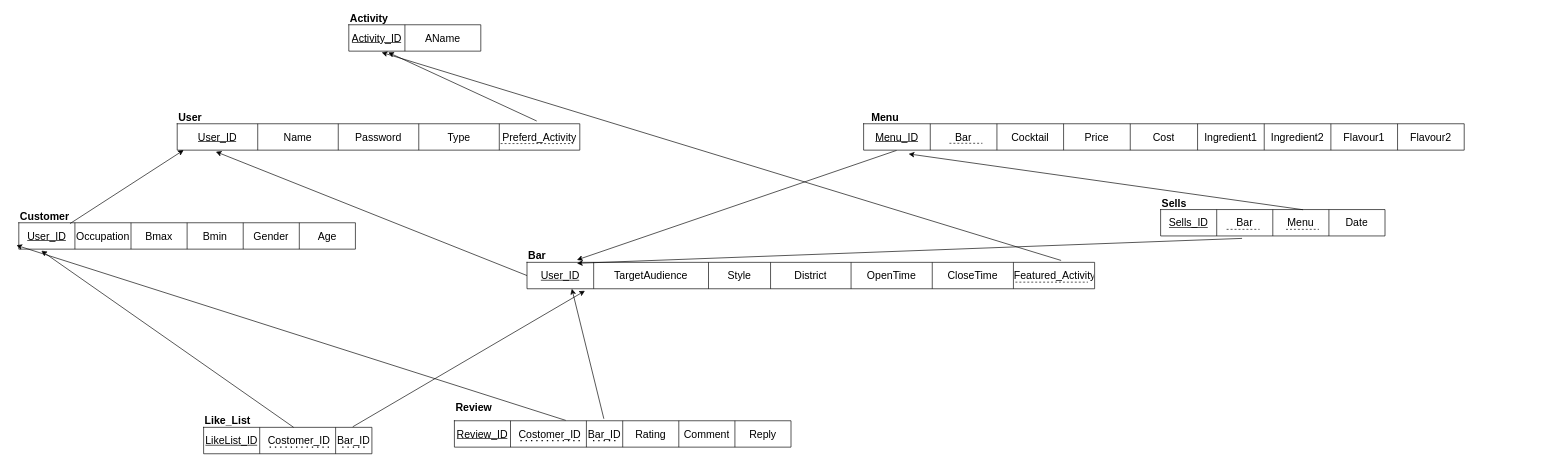
Earlier version of the draw.io diagram DBDesign.drawio (tp12356twNccu/Database_NCCU). Source tidied: cells renumbered, new cells numbered last; positions are measured from the earlier drawing's top-left corner, leaving out a move shared by most shapes. Both pictures are drawn from the tidied source at 66%, with x=0, y=0 at pixel (18, 11).
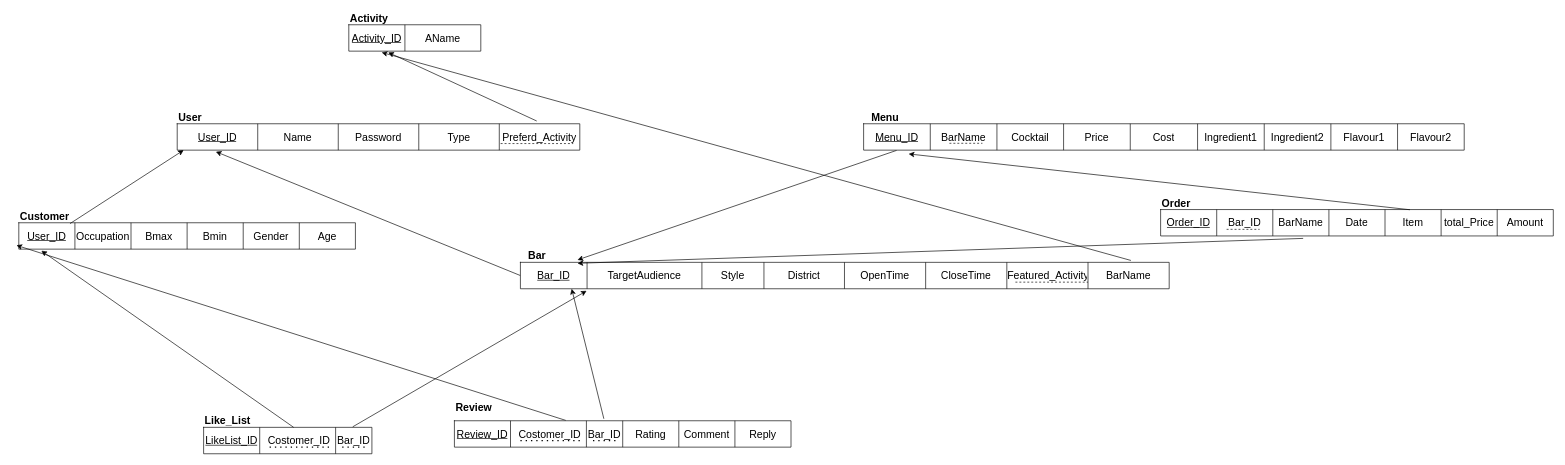
After the change.

Unchanged cells that the change refers to:
```xml
<mxCell id="66" style="shape=tableRow;horizontal=0;startSize=0;swimlaneHead=0;swimlaneBody=0;strokeColor=inherit;top=0;left=0;bottom=0;right=0;fillColor=none;points=[[0,0.5],[1,0.5]];portConstraint=eastwest;fontSize=16;" parent="65" vertex="1">
  <mxGeometry width="910" height="40" as="geometry" />
</mxCell>
```

The edit, as a diff of the source:
```diff
@@
     <mxCell id="52" style="shape=table;startSize=0;childLayout=tableLayout;fontSize=12;" parent="1" vertex="1">
-      <mxGeometry x="770" y="380" width="860" height="40" as="geometry" />
+      <mxGeometry x="760" y="380" width="983" height="40" as="geometry" />
     </mxCell>
     <mxCell id="53" style="shape=tableRow;horizontal=0;startSize=0;swimlaneHead=0;swimlaneBody=0;strokeColor=inherit;top=0;left=0;bottom=0;right=0;fillColor=none;points=[[0,0.5],[1,0.5]];portConstraint=eastwest;fontSize=16;" parent="52" vertex="1">
-      <mxGeometry width="860" height="40" as="geometry" />
+      <mxGeometry width="983" height="40" as="geometry" />
     </mxCell>
-    <mxCell id="54" value="User_ID" style="shape=partialRectangle;html=1;whiteSpace=wrap;strokeColor=inherit;overflow=hidden;fillColor=none;top=0;left=0;bottom=0;right=0;fontSize=16;fontStyle=4;" parent="53" vertex="1">
+    <mxCell id="54" value="Bar_ID" style="shape=partialRectangle;html=1;whiteSpace=wrap;strokeColor=inherit;overflow=hidden;fillColor=none;top=0;left=0;bottom=0;right=0;fontSize=16;fontStyle=4;" parent="53" vertex="1">
       <mxGeometry width="101" height="40" as="geometry" />
     </mxCell>
@@
+    <mxCell id="88" value="BarName" style="shape=partialRectangle;html=1;whiteSpace=wrap;strokeColor=inherit;overflow=hidden;fillColor=none;top=0;left=0;bottom=0;right=0;fontSize=16;" parent="53" vertex="1">
+      <mxGeometry x="860" width="123" height="40" as="geometry" />
+    </mxCell>
@@
-    <mxCell id="68" value="Bar" style="shape=partialRectangle;html=1;whiteSpace=wrap;strokeColor=inherit;overflow=hidden;fillColor=none;top=0;left=0;bottom=0;right=0;fontSize=16;" parent="66" vertex="1">
+    <mxCell id="68" value="BarName" style="shape=partialRectangle;html=1;whiteSpace=wrap;strokeColor=inherit;overflow=hidden;fillColor=none;top=0;left=0;bottom=0;right=0;fontSize=16;" parent="66" vertex="1">
       <mxGeometry x="101" width="101" height="40" as="geometry" />
     </mxCell>
@@
     <mxCell id="77" style="shape=table;startSize=0;childLayout=tableLayout;fontSize=16;" parent="1" vertex="1">
-      <mxGeometry x="1730" y="300" width="340" height="40" as="geometry" />
+      <mxGeometry x="1730" y="300" width="595" height="40" as="geometry" />
     </mxCell>
     <mxCell id="78" style="shape=tableRow;horizontal=0;startSize=0;swimlaneHead=0;swimlaneBody=0;strokeColor=inherit;top=0;left=0;bottom=0;right=0;fillColor=none;points=[[0,0.5],[1,0.5]];portConstraint=eastwest;fontSize=16;" parent="77" vertex="1">
-      <mxGeometry width="340" height="40" as="geometry" />
+      <mxGeometry width="595" height="40" as="geometry" />
     </mxCell>
-    <mxCell id="79" value="&lt;u&gt;Sells_ID&lt;/u&gt;" style="shape=partialRectangle;html=1;whiteSpace=wrap;strokeColor=inherit;overflow=hidden;fillColor=none;top=0;left=0;bottom=0;right=0;fontSize=16;" parent="78" vertex="1">
+    <mxCell id="79" value="&lt;u&gt;Order_ID&lt;/u&gt;" style="shape=partialRectangle;html=1;whiteSpace=wrap;strokeColor=inherit;overflow=hidden;fillColor=none;top=0;left=0;bottom=0;right=0;fontSize=16;" parent="78" vertex="1">
       <mxGeometry width="85" height="40" as="geometry" />
     </mxCell>
-    <mxCell id="80" value="Bar" style="shape=partialRectangle;html=1;whiteSpace=wrap;strokeColor=inherit;overflow=hidden;fillColor=none;top=0;left=0;bottom=0;right=0;fontSize=16;" parent="78" vertex="1">
+    <mxCell id="80" value="Bar_ID" style="shape=partialRectangle;html=1;whiteSpace=wrap;strokeColor=inherit;overflow=hidden;fillColor=none;top=0;left=0;bottom=0;right=0;fontSize=16;" parent="78" vertex="1">
       <mxGeometry x="85" width="85" height="40" as="geometry" />
     </mxCell>
-    <mxCell id="81" value="Menu" style="shape=partialRectangle;html=1;whiteSpace=wrap;strokeColor=inherit;overflow=hidden;fillColor=none;top=0;left=0;bottom=0;right=0;fontSize=16;" parent="78" vertex="1">
+    <mxCell id="81" value="BarName" style="shape=partialRectangle;html=1;whiteSpace=wrap;strokeColor=inherit;overflow=hidden;fillColor=none;top=0;left=0;bottom=0;right=0;fontSize=16;" parent="78" vertex="1">
       <mxGeometry x="170" width="85" height="40" as="geometry" />
     </mxCell>
@@
+    <mxCell id="89" value="Item" style="shape=partialRectangle;html=1;whiteSpace=wrap;strokeColor=inherit;overflow=hidden;fillColor=none;top=0;left=0;bottom=0;right=0;fontSize=16;" parent="78" vertex="1">
+      <mxGeometry x="340" width="85" height="40" as="geometry" />
+    </mxCell>
+    <mxCell id="90" value="total_Price" style="shape=partialRectangle;html=1;whiteSpace=wrap;strokeColor=inherit;overflow=hidden;fillColor=none;top=0;left=0;bottom=0;right=0;fontSize=16;" parent="78" vertex="1">
+      <mxGeometry x="425" width="85" height="40" as="geometry" />
+    </mxCell>
+    <mxCell id="91" value="Amount" style="shape=partialRectangle;html=1;whiteSpace=wrap;strokeColor=inherit;overflow=hidden;fillColor=none;top=0;left=0;bottom=0;right=0;fontSize=16;" parent="78" vertex="1">
+      <mxGeometry x="510" width="85" height="40" as="geometry" />
+    </mxCell>
-    <mxCell id="83" value="Sells" style="text;strokeColor=none;fillColor=none;html=1;fontSize=16;fontStyle=1;verticalAlign=middle;align=left;" parent="1" vertex="1">
+    <mxCell id="83" value="Order" style="text;strokeColor=none;fillColor=none;html=1;fontSize=16;fontStyle=1;verticalAlign=middle;align=left;" parent="1" vertex="1">
       <mxGeometry x="1730" y="280" width="60" height="20" as="geometry" />
     </mxCell>
@@
-    <mxCell id="85" style="endArrow=none;dashed=1;html=1;rounded=0;strokeColor=default;align=center;verticalAlign=middle;fontFamily=Helvetica;fontSize=11;fontColor=default;labelBackgroundColor=default;" parent="1" edge="1">
-      <mxGeometry relative="1" as="geometry">
-        <mxPoint x="1920" y="330" as="sourcePoint" />
-        <mxPoint x="1970" y="330" as="targetPoint" />
-      </mxGeometry>
-    </mxCell>
```
